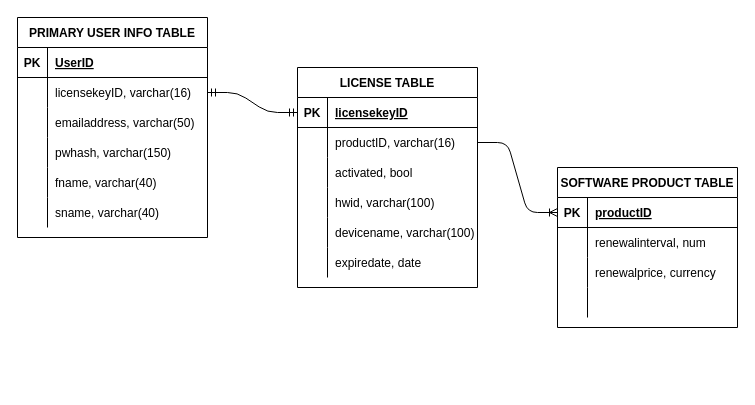
The draw.io diagram databasedesign.drawio in syntax/saas-key-licensing-system, before the edit. Source tidied: cells renumbered, new cells numbered last; positions are measured from the earlier drawing's top-left corner, leaving out a move shared by most shapes. Both pictures are drawn from the tidied source at 100%, with x=0, y=0 at pixel (17, 17).
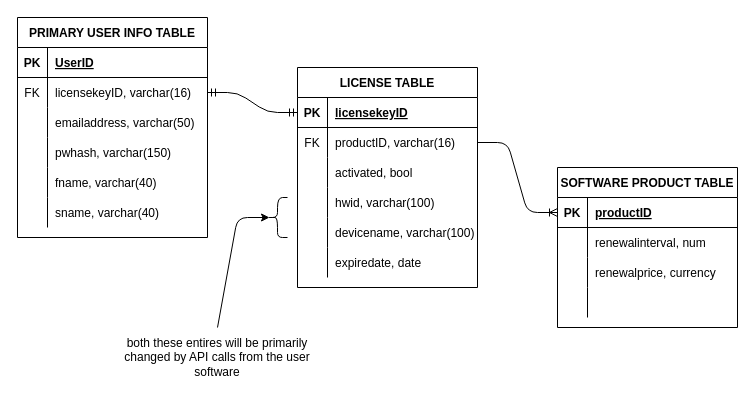
After the change.

Commit message (it also covers changes not shown here):
added more db class functs

Unchanged cells that the change refers to:
```xml
<mxCell id="6" style="shape=partialRectangle;fillColor=none;top=0;left=0;bottom=0;right=0;points=[[0,0.5],[1,0.5]];portConstraint=eastwest;" parent="2" vertex="1">
  <mxGeometry y="60" width="190" height="30" as="geometry" />
</mxCell>
<mxCell id="25" style="shape=partialRectangle;fillColor=none;top=0;left=0;bottom=0;right=0;points=[[0,0.5],[1,0.5]];portConstraint=eastwest;" parent="21" vertex="1">
  <mxGeometry y="60" width="180" height="30" as="geometry" />
</mxCell>
```

Change to the diagram source:
```diff
@@
-    <mxCell id="7" style="shape=partialRectangle;fillColor=none;top=0;left=0;bottom=0;right=0;overflow=hidden;" parent="6" vertex="1">
+    <mxCell id="7" value="FK" style="shape=partialRectangle;fillColor=none;top=0;left=0;bottom=0;right=0;overflow=hidden;" parent="6" vertex="1">
       <mxGeometry width="30" height="30" as="geometry" />
     </mxCell>
@@
-    <mxCell id="26" style="shape=partialRectangle;fillColor=none;top=0;left=0;bottom=0;right=0;overflow=hidden;" parent="25" vertex="1">
+    <mxCell id="26" value="FK" style="shape=partialRectangle;fillColor=none;top=0;left=0;bottom=0;right=0;overflow=hidden;" parent="25" vertex="1">
       <mxGeometry width="30" height="30" as="geometry" />
     </mxCell>
@@
+    <mxCell id="55" style="shape=curlyBracket;whiteSpace=wrap;html=1;rounded=1;" parent="1" vertex="1">
+      <mxGeometry x="250" y="180" width="20" height="40" as="geometry" />
+    </mxCell>
+    <mxCell id="56" value="both these entires will be primarily changed by API calls from the user software" style="text;html=1;strokeColor=none;fillColor=none;align=center;verticalAlign=middle;whiteSpace=wrap;rounded=0;" parent="1" vertex="1">
+      <mxGeometry x="100" y="310" width="200" height="60" as="geometry" />
+    </mxCell>
+    <mxCell id="57" style="endArrow=classic;html=1;entryX=0.1;entryY=0.5;entryDx=0;entryDy=0;entryPerimeter=0;exitX=0.5;exitY=0;exitDx=0;exitDy=0;" parent="1" edge="1" source="56" target="55">
+      <mxGeometry relative="1" as="geometry">
+        <Array as="points">
+          <mxPoint x="220" y="200" />
+        </Array>
+      </mxGeometry>
+    </mxCell>
```
